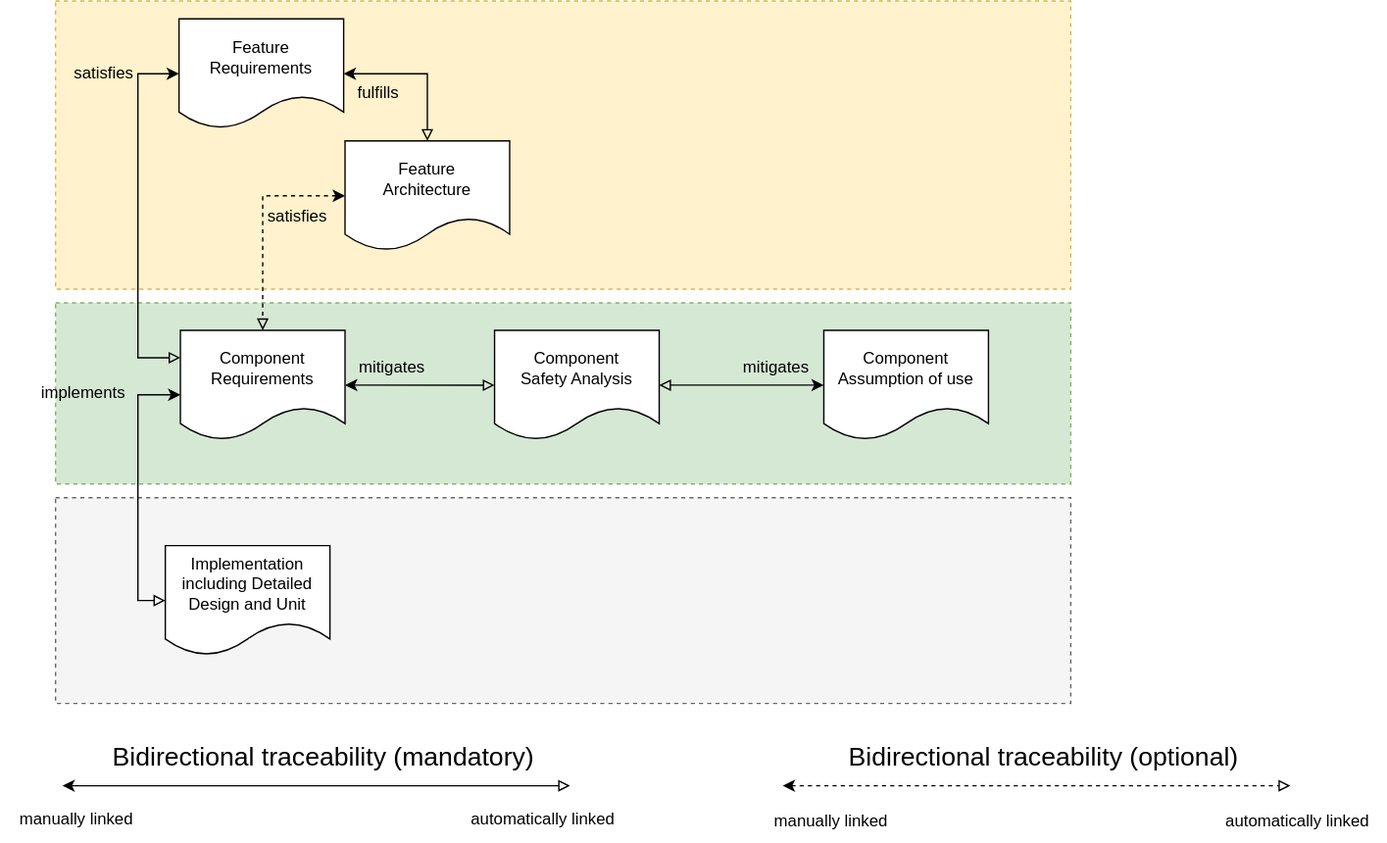
Before: pr-141/_images/score_traceability_model_cmp_overview_3.drawio.svg, a diagram exported from draw.io (eclipse-score/process_description). Source tidied: cells renumbered, new cells last; positions are measured from the earlier drawing's top-left corner, leaving out a move shared by most shapes. The source it was exported from:
```xml
<mxGraphModel>
  <root>
    <mxCell id="0" />
    <mxCell id="1" parent="0" />
    <mxCell id="2" style="rounded=0;whiteSpace=wrap;html=1;dashed=1;fillColor=#fff2cc;strokeColor=#d6b656;" parent="1" vertex="1">
      <mxGeometry x="40" width="740" height="210" as="geometry" />
    </mxCell>
    <mxCell id="3" style="rounded=0;whiteSpace=wrap;html=1;dashed=1;fillColor=#d5e8d4;strokeColor=#82b366;" parent="1" vertex="1">
      <mxGeometry x="40" y="220" width="740" height="132" as="geometry" />
    </mxCell>
    <mxCell id="4" value="Component Assumption of use" style="shape=document;whiteSpace=wrap;html=1;boundedLbl=1;" parent="1" vertex="1">
      <mxGeometry x="600" y="240" width="120" height="80" as="geometry" />
    </mxCell>
    <mxCell id="5" value="Feature Requirements" style="shape=document;whiteSpace=wrap;html=1;boundedLbl=1;" parent="1" vertex="1">
      <mxGeometry x="130" y="13" width="120" height="80" as="geometry" />
    </mxCell>
    <mxCell id="6" style="edgeStyle=orthogonalEdgeStyle;rounded=0;jettySize=auto;html=1;entryX=0;entryY=0.5;entryDx=0;entryDy=0;startArrow=block;startFill=0;exitX=0;exitY=0.25;exitDx=0;exitDy=0;" parent="1" edge="1" source="8" target="5">
      <mxGeometry relative="1" as="geometry">
        <Array as="points">
          <mxPoint x="100" y="260" />
          <mxPoint x="100" y="53" />
        </Array>
      </mxGeometry>
    </mxCell>
    <mxCell id="7" style="edgeStyle=orthogonalEdgeStyle;rounded=0;jettySize=auto;html=1;entryX=0;entryY=0.5;entryDx=0;entryDy=0;exitX=1;exitY=0.5;exitDx=0;exitDy=0;startArrow=classic;startFill=1;endArrow=block;endFill=0;" parent="1" edge="1" source="8" target="10">
      <mxGeometry x="0.41" relative="1" as="geometry">
        <Array as="points">
          <mxPoint x="360" y="280" />
          <mxPoint x="360" y="280" />
        </Array>
      </mxGeometry>
    </mxCell>
    <mxCell id="8" value="Component Requirements" style="shape=document;whiteSpace=wrap;html=1;boundedLbl=1;" parent="1" vertex="1">
      <mxGeometry x="131" y="240" width="120" height="80" as="geometry" />
    </mxCell>
    <mxCell id="9" style="edgeStyle=orthogonalEdgeStyle;rounded=0;jettySize=auto;html=1;entryX=1;entryY=0.5;entryDx=0;entryDy=0;exitX=0.5;exitY=0;exitDx=0;exitDy=0;startArrow=block;startFill=0;" parent="1" edge="1" source="13" target="5">
      <mxGeometry relative="1" as="geometry" />
    </mxCell>
    <mxCell id="10" value="Component&lt;br&gt;Safety Analysis" style="shape=document;whiteSpace=wrap;html=1;boundedLbl=1;" parent="1" vertex="1">
      <mxGeometry x="360" y="240" width="120" height="80" as="geometry" />
    </mxCell>
    <mxCell id="11" style="edgeStyle=orthogonalEdgeStyle;rounded=0;jettySize=auto;html=1;startArrow=classic;startFill=1;entryX=1;entryY=0.5;entryDx=0;entryDy=0;exitX=0;exitY=0.5;exitDx=0;exitDy=0;endArrow=block;endFill=0;" parent="1" edge="1" source="4" target="10">
      <mxGeometry relative="1" as="geometry" />
    </mxCell>
    <mxCell id="12" style="edgeStyle=orthogonalEdgeStyle;rounded=0;jettySize=auto;html=1;entryX=0.5;entryY=0;entryDx=0;entryDy=0;startArrow=classic;startFill=1;exitX=0;exitY=0.5;exitDx=0;exitDy=0;dashed=1;endArrow=block;endFill=0;" parent="1" edge="1" source="13" target="8">
      <mxGeometry relative="1" as="geometry" />
    </mxCell>
    <mxCell id="13" value="Feature&lt;br&gt;Architecture" style="shape=document;whiteSpace=wrap;html=1;boundedLbl=1;" parent="1" vertex="1">
      <mxGeometry x="251" y="102" width="120" height="80" as="geometry" />
    </mxCell>
    <mxCell id="14" value="&lt;div style=&quot;font-family: Consolas, &amp;quot;Courier New&amp;quot;, monospace; line-height: 19px;&quot;&gt;&lt;br&gt;&lt;/div&gt;" style="text;html=1;align=center;verticalAlign=middle;strokeColor=none;fillColor=none;fontSize=6;fontColor=#000000;" parent="1" vertex="1">
      <mxGeometry x="175" y="48" width="20" height="30" as="geometry" />
    </mxCell>
    <mxCell id="15" style="rounded=0;whiteSpace=wrap;html=1;dashed=1;fillColor=#f5f5f5;fontColor=#333333;strokeColor=#666666;" parent="1" vertex="1">
      <mxGeometry x="40" y="362" width="740" height="150" as="geometry" />
    </mxCell>
    <mxCell id="16" style="edgeStyle=orthogonalEdgeStyle;rounded=0;jettySize=auto;html=1;startArrow=block;startFill=0;exitX=0;exitY=0.5;exitDx=0;exitDy=0;entryX=0;entryY=0.588;entryDx=0;entryDy=0;entryPerimeter=0;" parent="1" edge="1" source="17" target="8">
      <mxGeometry relative="1" as="geometry" />
    </mxCell>
    <mxCell id="17" value="Implementation&lt;br&gt;including Detailed Design and Unit" style="shape=document;whiteSpace=wrap;html=1;boundedLbl=1;" parent="1" vertex="1">
      <mxGeometry x="120" y="397" width="120" height="80" as="geometry" />
    </mxCell>
    <mxCell id="18" style="edgeStyle=orthogonalEdgeStyle;rounded=0;orthogonalLoop=1;jettySize=auto;html=1;startArrow=classic;startFill=1;endArrow=block;endFill=0;" parent="1" edge="1">
      <mxGeometry x="0.38" y="5" relative="1" as="geometry">
        <mxPoint x="45" y="572" as="sourcePoint" />
        <mxPoint x="415" y="572" as="targetPoint" />
        <Array as="points">
          <mxPoint x="62" y="572" />
        </Array>
      </mxGeometry>
    </mxCell>
    <mxCell id="19" value="Bidirectional traceability (mandatory)" style="text;html=1;align=center;verticalAlign=middle;strokeColor=none;fillColor=none;fontSize=19;" parent="1" vertex="1">
      <mxGeometry x="70" y="532" width="330" height="40" as="geometry" />
    </mxCell>
    <mxCell id="20" style="edgeStyle=orthogonalEdgeStyle;rounded=0;orthogonalLoop=1;jettySize=auto;html=1;startArrow=classic;startFill=1;dashed=1;endArrow=block;endFill=0;" parent="1" edge="1">
      <mxGeometry x="0.38" y="5" relative="1" as="geometry">
        <mxPoint x="570" y="572" as="sourcePoint" />
        <mxPoint x="940" y="572" as="targetPoint" />
        <Array as="points">
          <mxPoint x="587" y="572" />
        </Array>
      </mxGeometry>
    </mxCell>
    <mxCell id="21" value="Bidirectional traceability (optional)" style="text;html=1;align=center;verticalAlign=middle;strokeColor=none;fillColor=none;fontSize=19;" parent="1" vertex="1">
      <mxGeometry x="605" y="532" width="310" height="40" as="geometry" />
    </mxCell>
    <mxCell id="22" value="manually linked" style="text;html=1;align=center;verticalAlign=middle;strokeColor=none;fillColor=none;" parent="1" vertex="1">
      <mxGeometry y="582" width="110" height="30" as="geometry" />
    </mxCell>
    <mxCell id="23" value="automatically linked" style="text;html=1;align=center;verticalAlign=middle;strokeColor=none;fillColor=none;" parent="1" vertex="1">
      <mxGeometry x="330" y="582" width="130" height="30" as="geometry" />
    </mxCell>
    <mxCell id="24" value="manually linked" style="text;html=1;align=center;verticalAlign=middle;strokeColor=none;fillColor=none;" parent="1" vertex="1">
      <mxGeometry x="550" y="583" width="110" height="30" as="geometry" />
    </mxCell>
    <mxCell id="25" value="automatically linked" style="text;html=1;align=center;verticalAlign=middle;strokeColor=none;fillColor=none;" parent="1" vertex="1">
      <mxGeometry x="880" y="583" width="130" height="30" as="geometry" />
    </mxCell>
    <mxCell id="26" value="implements" style="text;html=1;align=center;verticalAlign=middle;strokeColor=none;fillColor=none;" parent="1" vertex="1">
      <mxGeometry x="20" y="271" width="80" height="30" as="geometry" />
    </mxCell>
    <mxCell id="27" value="satisfies" style="text;html=1;align=center;verticalAlign=middle;strokeColor=none;fillColor=none;" parent="1" vertex="1">
      <mxGeometry x="40" y="38" width="70" height="30" as="geometry" />
    </mxCell>
    <mxCell id="28" value="fulfills" style="text;html=1;align=center;verticalAlign=middle;strokeColor=none;fillColor=none;" parent="1" vertex="1">
      <mxGeometry x="250" y="52" width="50" height="30" as="geometry" />
    </mxCell>
    <mxCell id="29" value="satisfies" style="text;html=1;align=center;verticalAlign=middle;strokeColor=none;fillColor=none;" parent="1" vertex="1">
      <mxGeometry x="181" y="142" width="70" height="30" as="geometry" />
    </mxCell>
    <mxCell id="30" value="mitigates" style="text;html=1;align=center;verticalAlign=middle;strokeColor=none;fillColor=none;" parent="1" vertex="1">
      <mxGeometry x="250" y="252" width="70" height="30" as="geometry" />
    </mxCell>
    <mxCell id="31" value="mitigates" style="text;html=1;align=center;verticalAlign=middle;strokeColor=none;fillColor=none;" parent="1" vertex="1">
      <mxGeometry x="530" y="252" width="70" height="30" as="geometry" />
    </mxCell>
  </root>
</mxGraphModel>
```
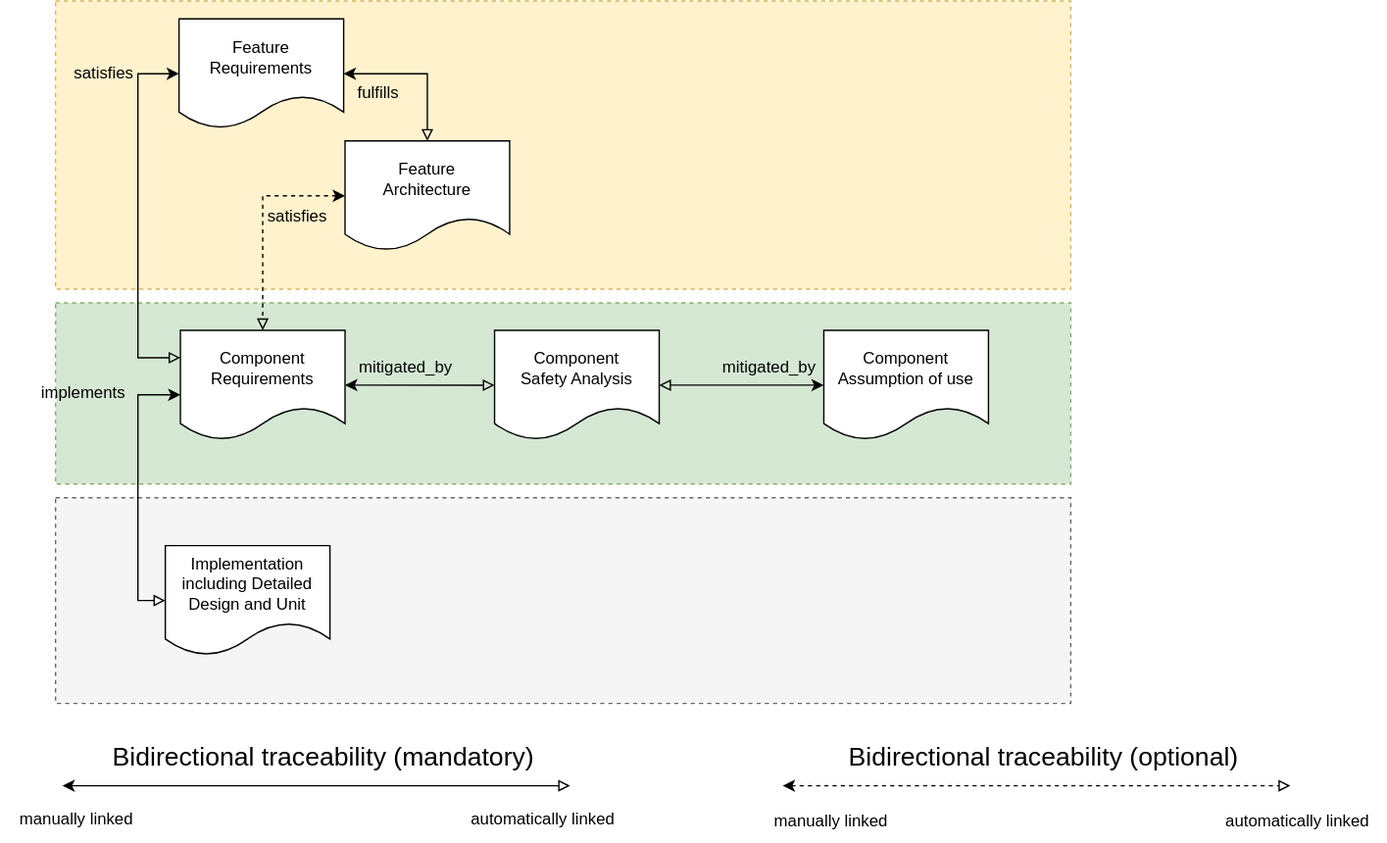
Later version of the same file.

Change to the diagram source:
```diff
@@ -108,11 +108,11 @@
     <mxCell id="29" value="satisfies" style="text;html=1;align=center;verticalAlign=middle;strokeColor=none;fillColor=none;" parent="1" vertex="1">
       <mxGeometry x="181" y="142" width="70" height="30" as="geometry" />
     </mxCell>
-    <mxCell id="30" value="mitigates" style="text;html=1;align=center;verticalAlign=middle;strokeColor=none;fillColor=none;" parent="1" vertex="1">
-      <mxGeometry x="250" y="252" width="70" height="30" as="geometry" />
+    <mxCell id="30" value="mitigated_by" style="text;html=1;align=center;verticalAlign=middle;strokeColor=none;fillColor=none;" parent="1" vertex="1">
+      <mxGeometry x="250" y="252" width="90" height="30" as="geometry" />
     </mxCell>
-    <mxCell id="31" value="mitigates" style="text;html=1;align=center;verticalAlign=middle;strokeColor=none;fillColor=none;" parent="1" vertex="1">
-      <mxGeometry x="530" y="252" width="70" height="30" as="geometry" />
+    <mxCell id="31" value="mitigated_by" style="text;html=1;align=center;verticalAlign=middle;strokeColor=none;fillColor=none;" parent="1" vertex="1">
+      <mxGeometry x="515" y="252" width="90" height="30" as="geometry" />
     </mxCell>
   </root>
 </mxGraphModel>
```
